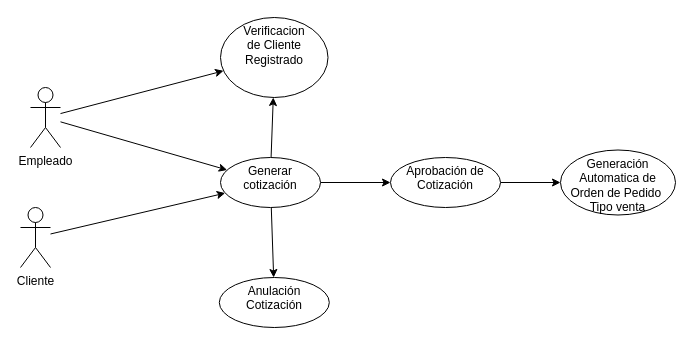
Above: Diagram_Cotizacion..drawio in josedtl/Diagrama (draw.io), before the change. Source tidied: cells renumbered, new cells numbered last; positions are measured from the earlier drawing's top-left corner, leaving out a move shared by most shapes. Both pictures are drawn from the tidied source at 100%, with x=0, y=0 at pixel (20, 17).
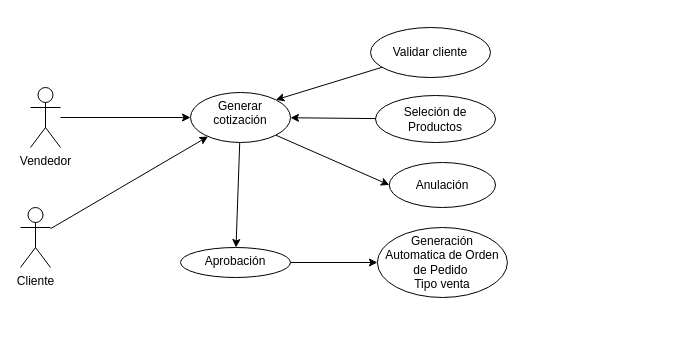
After the change.

Change to the diagram source:
```diff
@@
 <mxGraphModel>
   <root>
     <mxCell id="0" />
     <mxCell id="1" parent="0" />
     <mxCell id="2" style="edgeStyle=none;html=1;" parent="1" edge="1" source="4" target="10">
       <mxGeometry relative="1" as="geometry" />
     </mxCell>
-    <mxCell id="3" style="edgeStyle=none;html=1;" parent="1" edge="1" source="4" target="15">
-      <mxGeometry relative="1" as="geometry" />
-    </mxCell>
-    <mxCell id="4" value="Empleado" style="shape=umlActor;verticalLabelPosition=bottom;verticalAlign=top;html=1;outlineConnect=0;" parent="1" vertex="1">
+    <mxCell id="4" value="Vendedor" style="shape=umlActor;verticalLabelPosition=bottom;verticalAlign=top;html=1;outlineConnect=0;" parent="1" vertex="1">
       <mxGeometry x="10" y="70" width="30" height="60" as="geometry" />
     </mxCell>
     <mxCell id="5" style="edgeStyle=none;html=1;" parent="1" edge="1" source="6" target="10">
       <mxGeometry relative="1" as="geometry" />
     </mxCell>
     <mxCell id="6" value="Cliente" style="shape=umlActor;verticalLabelPosition=bottom;verticalAlign=top;html=1;outlineConnect=0;" parent="1" vertex="1">
       <mxGeometry y="190" width="30" height="60" as="geometry" />
     </mxCell>
     <mxCell id="7" style="edgeStyle=none;html=1;" parent="1" edge="1" source="10" target="12">
       <mxGeometry relative="1" as="geometry" />
     </mxCell>
-    <mxCell id="8" style="edgeStyle=none;html=1;" parent="1" edge="1" source="10" target="13">
-      <mxGeometry relative="1" as="geometry" />
-    </mxCell>
-    <mxCell id="9" style="edgeStyle=none;html=1;" parent="1" edge="1" source="10" target="15">
-      <mxGeometry relative="1" as="geometry" />
-    </mxCell>
+    <mxCell id="16" style="edgeStyle=none;html=1;exitX=1;exitY=1;exitDx=0;exitDy=0;entryX=0;entryY=0.5;entryDx=0;entryDy=0;" parent="1" edge="1" source="10" target="17">
+      <mxGeometry relative="1" as="geometry" />
+    </mxCell>
     <mxCell id="10" value="Generar cotización" style="ellipse;whiteSpace=wrap;html=1;verticalAlign=top;" parent="1" vertex="1">
-      <mxGeometry x="200" y="140" width="100" height="50" as="geometry" />
+      <mxGeometry x="170" y="75" width="100" height="50" as="geometry" />
     </mxCell>
     <mxCell id="11" style="edgeStyle=none;html=1;" parent="1" edge="1" source="12" target="14">
       <mxGeometry relative="1" as="geometry" />
     </mxCell>
-    <mxCell id="12" value="Aprobación de Cotización" style="ellipse;whiteSpace=wrap;html=1;verticalAlign=top;" parent="1" vertex="1">
-      <mxGeometry x="370" y="140" width="110" height="50" as="geometry" />
+    <mxCell id="12" value="Aprobación" style="ellipse;whiteSpace=wrap;html=1;verticalAlign=top;" parent="1" vertex="1">
+      <mxGeometry x="160" y="230" width="110" height="30" as="geometry" />
     </mxCell>
-    <mxCell id="13" value="Anulación Cotización" style="ellipse;whiteSpace=wrap;html=1;verticalAlign=top;" parent="1" vertex="1">
-      <mxGeometry x="198.8" y="260" width="110" height="50" as="geometry" />
-    </mxCell>
-    <mxCell id="14" value="Generación Automatica de Orden de Pedido&amp;nbsp;&lt;br&gt;Tipo venta" style="ellipse;whiteSpace=wrap;html=1;verticalAlign=top;" parent="1" vertex="1">
-      <mxGeometry x="540" y="132.5" width="115" height="65" as="geometry" />
+    <mxCell id="14" value="Generación &lt;br&gt;Automatica de Orden de Pedido&amp;nbsp;&lt;br&gt;Tipo venta" style="ellipse;whiteSpace=wrap;html=1;verticalAlign=top;" parent="1" vertex="1">
+      <mxGeometry x="356.9" y="210" width="130" height="70" as="geometry" />
     </mxCell>
-    <mxCell id="15" value="Verificacion&lt;br&gt;de Cliente&lt;br&gt;Registrado" style="ellipse;whiteSpace=wrap;html=1;verticalAlign=top;" parent="1" vertex="1">
-      <mxGeometry x="200" width="107.5" height="80" as="geometry" />
-    </mxCell>
+    <mxCell id="17" value="Anulación" style="ellipse;whiteSpace=wrap;html=1;" parent="1" vertex="1">
+      <mxGeometry x="368.8" y="145" width="106.2" height="45" as="geometry" />
+    </mxCell>
+    <mxCell id="18" style="edgeStyle=none;html=1;" parent="1" edge="1" source="19" target="10">
+      <mxGeometry relative="1" as="geometry" />
+    </mxCell>
+    <mxCell id="19" value="Seleción de&lt;br&gt;Productos" style="ellipse;whiteSpace=wrap;html=1;" parent="1" vertex="1">
+      <mxGeometry x="355" y="78" width="120" height="47" as="geometry" />
+    </mxCell>
+    <mxCell id="20" style="edgeStyle=none;html=1;entryX=1;entryY=0;entryDx=0;entryDy=0;" parent="1" edge="1" source="21" target="10">
+      <mxGeometry relative="1" as="geometry" />
+    </mxCell>
+    <mxCell id="21" value="Validar cliente" style="ellipse;whiteSpace=wrap;html=1;" parent="1" vertex="1">
+      <mxGeometry x="350" y="10" width="120" height="50" as="geometry" />
+    </mxCell>
   </root>
 </mxGraphModel>
```
